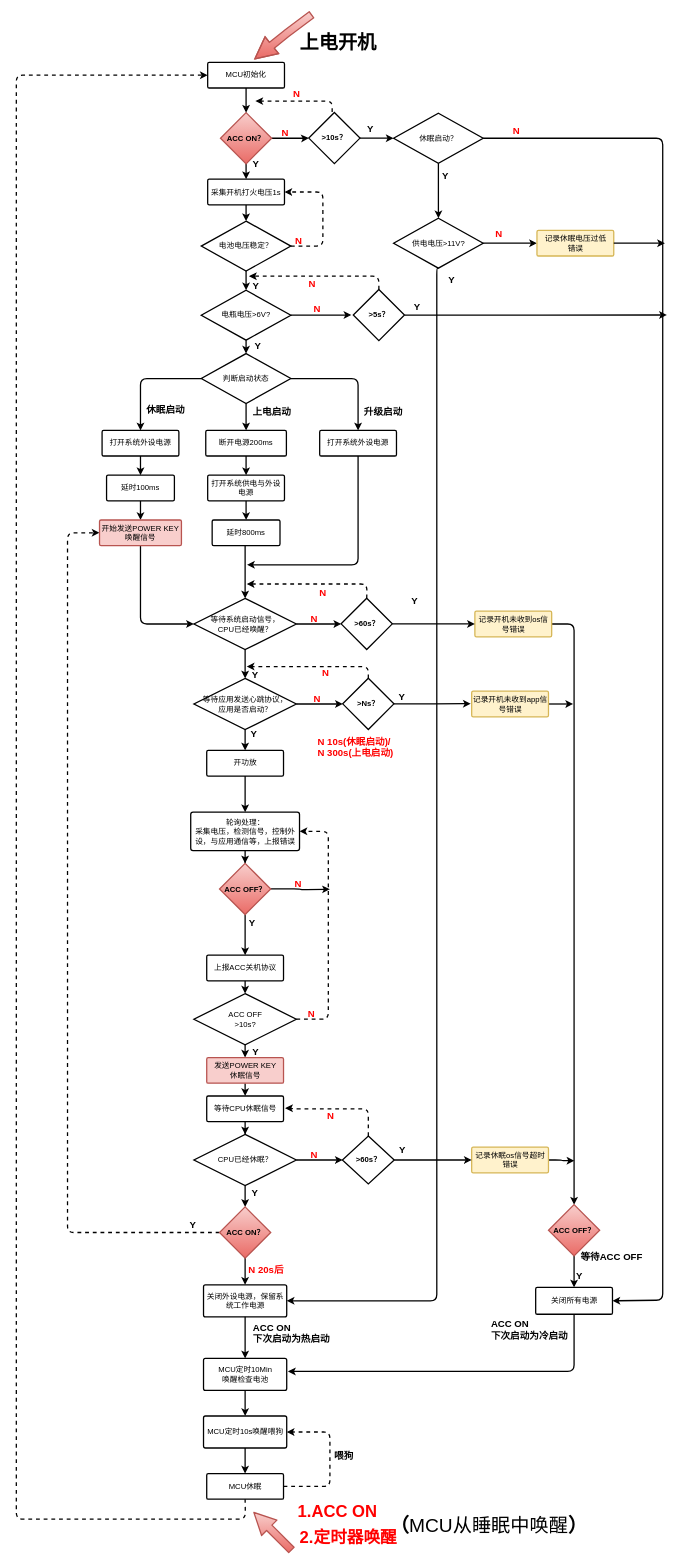
This is page "第 1 页" (1 of 2) of 010_mcu_sleep.drawio from yintianlan/Picture_Draw, a draw.io file, before an edit. Source tidied: cells renumbered, new cells numbered last; positions are measured from the earlier drawing's top-left corner, leaving out a move shared by most shapes. Both pictures are drawn from the tidied source at 64%, with x=0, y=0 at pixel (16, 14).
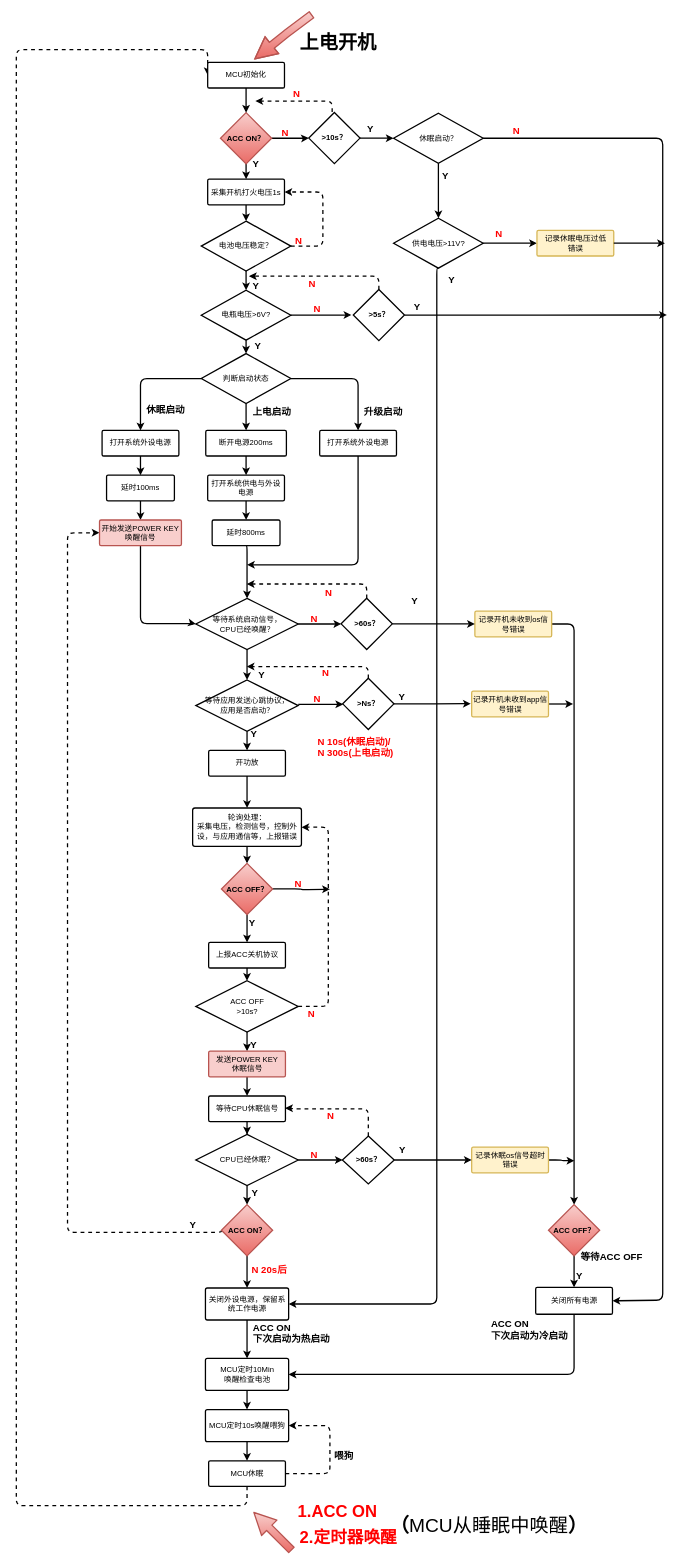
The same page after the edit.

Unchanged cells that the change refers to:
```xml
<mxCell id="16" value="延时800ms" style="strokeWidth=2;html=1;shape=mxgraph.flowchart.process;whiteSpace=wrap;fontFamily=Helvetica;align=center;" parent="1" vertex="1">
  <mxGeometry x="306" y="790" width="106" height="40" as="geometry" />
</mxCell>
<mxCell id="42" value="MCU初始化" style="strokeWidth=2;html=1;shape=mxgraph.flowchart.process;whiteSpace=wrap;fontFamily=Helvetica;align=center;" parent="1" vertex="1">
  <mxGeometry x="299" y="75" width="120" height="40" as="geometry" />
</mxCell>
<mxCell id="70" value="供电电压&amp;gt;11V?" style="strokeWidth=2;html=1;shape=mxgraph.flowchart.decision;whiteSpace=wrap;fillColor=#ffffff;fontFamily=Helvetica;align=center;strokeColor=#000000;" parent="1" vertex="1">
  <mxGeometry x="589.5" y="318.5" width="140" height="78" as="geometry" />
</mxCell>
<mxCell id="84" value="关闭所有电源" style="strokeWidth=2;html=1;shape=mxgraph.flowchart.process;whiteSpace=wrap;fillColor=none;fontFamily=Helvetica;align=center;strokeColor=#000000;" parent="1" vertex="1">
  <mxGeometry x="811.5" y="1989" width="120" height="42" as="geometry" />
</mxCell>
<mxCell id="127" value="&lt;b&gt;&amp;gt;60s？&lt;/b&gt;" style="rhombus;whiteSpace=wrap;html=1;strokeWidth=2;fontFamily=Helvetica;align=center;" parent="1" vertex="1">
  <mxGeometry x="507.5" y="912.3" width="80" height="80" as="geometry" />
</mxCell>
```

Diff of the diagram source:
```diff
@@
     <mxCell id="15" style="edgeStyle=orthogonalEdgeStyle;rounded=1;jettySize=auto;html=1;exitX=0.5;exitY=1;exitDx=0;exitDy=0;exitPerimeter=0;entryX=0.5;entryY=0;entryDx=0;entryDy=0;entryPerimeter=0;strokeWidth=2;" parent="1" edge="1" source="16" target="19">
       <mxGeometry relative="1" as="geometry">
         <Array as="points">
-          <mxPoint x="357" y="800" />
+          <mxPoint x="360" y="830" />
         </Array>
       </mxGeometry>
     </mxCell>
@@
     <mxCell id="19" value="等待系统启动信号，&lt;br&gt;CPU已经唤醒？" style="strokeWidth=2;html=1;shape=mxgraph.flowchart.decision;whiteSpace=wrap;fillColor=#ffffff;fontFamily=Helvetica;align=center;strokeColor=#000000;" parent="1" vertex="1">
-      <mxGeometry x="277.5" y="912.5" width="160" height="80" as="geometry" />
+      <mxGeometry x="280.5" y="912.5" width="160" height="80" as="geometry" />
     </mxCell>
@@
     <mxCell id="23" value="轮询处理：&lt;br&gt;采集电压，检测信号，控制外设，与应用通信等，上报错误" style="strokeWidth=2;html=1;shape=mxgraph.flowchart.process;whiteSpace=wrap;fontFamily=Helvetica;align=center;" parent="1" vertex="1">
-      <mxGeometry x="272.5" y="1246.5" width="170" height="60" as="geometry" />
+      <mxGeometry x="275.5" y="1240" width="170" height="60" as="geometry" />
     </mxCell>
@@
     <mxCell id="26" value="&lt;b&gt;ACC OFF？&lt;/b&gt;" style="rhombus;whiteSpace=wrap;html=1;strokeWidth=2;fillColor=#f8cecc;fontFamily=Helvetica;align=center;strokeColor=#b85450;gradientColor=#ea6b66;" parent="1" vertex="1">
-      <mxGeometry x="317.5" y="1326.5" width="80" height="80" as="geometry" />
+      <mxGeometry x="320.5" y="1326.5" width="80" height="80" as="geometry" />
     </mxCell>
@@
     <mxCell id="29" value="上报ACC关机协议" style="strokeWidth=2;html=1;shape=mxgraph.flowchart.process;whiteSpace=wrap;fontFamily=Helvetica;align=center;" parent="1" vertex="1">
-      <mxGeometry x="297.5" y="1470" width="120" height="40" as="geometry" />
+      <mxGeometry x="300.5" y="1450" width="120" height="40" as="geometry" />
     </mxCell>
     <mxCell id="30" style="edgeStyle=orthogonalEdgeStyle;rounded=1;jettySize=auto;html=1;exitX=0.5;exitY=1;exitDx=0;exitDy=0;exitPerimeter=0;strokeWidth=2;entryX=0;entryY=0.5;entryDx=0;entryDy=0;entryPerimeter=0;dashed=1;" parent="1" edge="1" source="32" target="42">
       <mxGeometry relative="1" as="geometry">
         <Array as="points">
-          <mxPoint x="358" y="2321" />
-          <mxPoint x="358" y="2351" />
-          <mxPoint y="2351" />
+          <mxPoint x="360" y="2330" />
+          <mxPoint y="2330" />
           <mxPoint y="55" />
+          <mxPoint x="299" y="55" />
         </Array>
       </mxGeometry>
     </mxCell>
     <mxCell id="31" style="edgeStyle=orthogonalEdgeStyle;rounded=1;jettySize=auto;html=1;exitX=1;exitY=0.5;exitDx=0;exitDy=0;exitPerimeter=0;strokeWidth=2;dashed=1;entryX=1;entryY=0.5;entryDx=0;entryDy=0;entryPerimeter=0;" parent="1" edge="1" source="32" target="114">
       <mxGeometry relative="1" as="geometry">
         <Array as="points">
-          <mxPoint x="490" y="2300" />
-          <mxPoint x="490" y="2215" />
+          <mxPoint x="490" y="2280" />
+          <mxPoint x="490" y="2205" />
         </Array>
       </mxGeometry>
     </mxCell>
     <mxCell id="32" value="MCU休眠" style="strokeWidth=2;html=1;shape=mxgraph.flowchart.process;whiteSpace=wrap;fillColor=none;fontFamily=Helvetica;align=center;strokeColor=#000000;" parent="1" vertex="1">
-      <mxGeometry x="297.5" y="2280" width="120" height="40" as="geometry" />
+      <mxGeometry x="300.5" y="2260" width="120" height="40" as="geometry" />
     </mxCell>
@@
     <mxCell id="34" value="等待CPU休眠信号" style="strokeWidth=2;html=1;shape=mxgraph.flowchart.process;whiteSpace=wrap;fontFamily=Helvetica;align=center;" parent="1" vertex="1">
-      <mxGeometry x="297.5" y="1690" width="120" height="40" as="geometry" />
+      <mxGeometry x="300.5" y="1690" width="120" height="40" as="geometry" />
     </mxCell>
@@
     <mxCell id="36" value="关闭外设电源，保留系统工作电源" style="strokeWidth=2;html=1;shape=mxgraph.flowchart.process;whiteSpace=wrap;fillColor=none;fontFamily=Helvetica;align=center;strokeColor=#000000;" parent="1" vertex="1">
-      <mxGeometry x="292.5" y="1985" width="130" height="50" as="geometry" />
+      <mxGeometry x="295.5" y="1990" width="130" height="50" as="geometry" />
     </mxCell>
@@
-    <mxCell id="44" style="edgeStyle=orthogonalEdgeStyle;rounded=0;jettySize=auto;html=1;strokeWidth=2;" parent="1" edge="1" source="45">
-      <mxGeometry relative="1" as="geometry">
-        <mxPoint x="357.5" y="1690" as="targetPoint" />
-      </mxGeometry>
-    </mxCell>
+    <mxCell id="151" style="edgeStyle=orthogonalEdgeStyle;rounded=1;jettySize=auto;html=1;exitX=0.5;exitY=1;exitDx=0;exitDy=0;exitPerimeter=0;entryX=0.5;entryY=0;entryDx=0;entryDy=0;entryPerimeter=0;strokeWidth=2;" parent="1" edge="1" source="45" target="34">
+      <mxGeometry relative="1" as="geometry" />
+    </mxCell>
     <mxCell id="45" value="&lt;span&gt;发送POWER KEY&lt;br&gt;休眠信号&lt;br&gt;&lt;/span&gt;" style="strokeWidth=2;html=1;shape=mxgraph.flowchart.process;whiteSpace=wrap;fillColor=#f8cecc;fontFamily=Helvetica;align=center;strokeColor=#b85450;" parent="1" vertex="1">
-      <mxGeometry x="297.5" y="1630" width="120" height="40" as="geometry" />
+      <mxGeometry x="300.5" y="1620" width="120" height="40" as="geometry" />
     </mxCell>
@@
     <mxCell id="49" value="等待应用发送心跳协议，&lt;br&gt;应用是否启动？" style="strokeWidth=2;html=1;shape=mxgraph.flowchart.decision;whiteSpace=wrap;fillColor=#ffffff;fontFamily=Helvetica;align=center;strokeColor=#000000;" parent="1" vertex="1">
-      <mxGeometry x="277.5" y="1037.5" width="160" height="80" as="geometry" />
+      <mxGeometry x="280.5" y="1040" width="160" height="80" as="geometry" />
     </mxCell>
@@
     <mxCell id="51" value="开功放" style="strokeWidth=2;html=1;shape=mxgraph.flowchart.process;whiteSpace=wrap;fontFamily=Helvetica;align=center;" parent="1" vertex="1">
-      <mxGeometry x="297.5" y="1150.1" width="120" height="40" as="geometry" />
+      <mxGeometry x="300.5" y="1150.1" width="120" height="40" as="geometry" />
     </mxCell>
     <mxCell id="52" value="ACC OFF&lt;br&gt;&amp;gt;10s?&lt;br&gt;" style="strokeWidth=2;html=1;shape=mxgraph.flowchart.decision;whiteSpace=wrap;fillColor=#ffffff;fontFamily=Helvetica;align=center;strokeColor=#000000;" parent="1" vertex="1">
-      <mxGeometry x="277.5" y="1530" width="160" height="80" as="geometry" />
+      <mxGeometry x="280.5" y="1510" width="160" height="80" as="geometry" />
     </mxCell>
@@
     <mxCell id="54" value="Y" style="text;html=1;align=center;verticalAlign=middle;spacingTop=-4;fontFamily=Helvetica;labelPosition=center;verticalLabelPosition=middle;strokeWidth=2;fontSize=15;fontStyle=1;" parent="1" vertex="1">
-      <mxGeometry x="362.5" y="1027.5" width="20" height="10" as="geometry" />
+      <mxGeometry x="372.5" y="1027.5" width="20" height="10" as="geometry" />
     </mxCell>
@@
     <mxCell id="57" value="CPU已经休眠？&lt;br&gt;" style="strokeWidth=2;html=1;shape=mxgraph.flowchart.decision;whiteSpace=wrap;fillColor=#ffffff;fontFamily=Helvetica;align=center;strokeColor=#000000;" parent="1" vertex="1">
-      <mxGeometry x="277.5" y="1750" width="160" height="80" as="geometry" />
+      <mxGeometry x="280.5" y="1750" width="160" height="80" as="geometry" />
     </mxCell>
@@
     <mxCell id="62" value="&lt;b&gt;ACC ON？&lt;/b&gt;" style="rhombus;whiteSpace=wrap;html=1;strokeWidth=2;fillColor=#f8cecc;fontFamily=Helvetica;align=center;strokeColor=#b85450;gradientColor=#ea6b66;" parent="1" vertex="1">
-      <mxGeometry x="317.5" y="1863.3" width="80" height="80" as="geometry" />
+      <mxGeometry x="320.5" y="1859.8" width="80" height="80" as="geometry" />
     </mxCell>
     <mxCell id="63" value="Y" style="text;html=1;strokeColor=none;fillColor=none;align=center;verticalAlign=middle;whiteSpace=wrap;rounded=0;labelBackgroundColor=none;fontFamily=Helvetica;fontSize=15;fontStyle=1;" parent="1" vertex="1">
-      <mxGeometry x="353.5" y="1610" width="40" height="20" as="geometry" />
+      <mxGeometry x="350.5" y="1600" width="40" height="20" as="geometry" />
     </mxCell>
@@
     <mxCell id="69" style="edgeStyle=orthogonalEdgeStyle;rounded=1;jettySize=auto;html=1;exitX=0.5;exitY=1;exitDx=0;exitDy=0;exitPerimeter=0;strokeWidth=2;entryX=1;entryY=0.5;entryDx=0;entryDy=0;entryPerimeter=0;" parent="1" edge="1" source="70" target="36">
       <mxGeometry relative="1" as="geometry">
         <Array as="points">
           <mxPoint x="657" y="397" />
-          <mxPoint x="657" y="2010" />
+          <mxPoint x="657" y="2015" />
         </Array>
       </mxGeometry>
     </mxCell>
@@
     <mxCell id="82" value="&lt;font color=&quot;#ff0000&quot;&gt;N 20s后&lt;/font&gt;" style="text;html=1;align=left;verticalAlign=top;spacingTop=-4;fontFamily=Helvetica;fontSize=15;fontStyle=1;" parent="1" vertex="1">
-      <mxGeometry x="360.5" y="1950" width="70" height="20" as="geometry" />
+      <mxGeometry x="365.5" y="1950" width="70" height="20" as="geometry" />
     </mxCell>
-    <mxCell id="83" style="edgeStyle=orthogonalEdgeStyle;rounded=1;jettySize=auto;html=1;exitX=0.5;exitY=1;exitDx=0;exitDy=0;exitPerimeter=0;strokeWidth=2;entryX=1.015;entryY=0.407;entryDx=0;entryDy=0;entryPerimeter=0;" parent="1" edge="1" source="84" target="112">
+    <mxCell id="83" style="edgeStyle=orthogonalEdgeStyle;rounded=1;jettySize=auto;html=1;exitX=0.5;exitY=1;exitDx=0;exitDy=0;exitPerimeter=0;strokeWidth=2;entryX=1;entryY=0.5;entryDx=0;entryDy=0;entryPerimeter=0;" parent="1" edge="1" source="84" target="112">
       <mxGeometry relative="1" as="geometry">
         <Array as="points">
-          <mxPoint x="871" y="2120" />
+          <mxPoint x="871" y="2125" />
         </Array>
       </mxGeometry>
     </mxCell>
@@
     <mxCell id="112" value="MCU定时10Min&lt;br&gt;唤醒检查电池" style="strokeWidth=2;html=1;shape=mxgraph.flowchart.process;whiteSpace=wrap;fillColor=none;fontFamily=Helvetica;align=center;strokeColor=#000000;" parent="1" vertex="1">
-      <mxGeometry x="292.5" y="2100" width="130" height="50" as="geometry" />
+      <mxGeometry x="295.5" y="2100" width="130" height="50" as="geometry" />
     </mxCell>
@@
     <mxCell id="114" value="&lt;span style=&quot;text-align: left ; white-space: nowrap&quot;&gt;MCU定时10s唤醒喂狗&lt;/span&gt;" style="strokeWidth=2;html=1;shape=mxgraph.flowchart.process;whiteSpace=wrap;fillColor=none;fontFamily=Helvetica;align=center;strokeColor=#000000;" parent="1" vertex="1">
-      <mxGeometry x="292.5" y="2190" width="130" height="50" as="geometry" />
+      <mxGeometry x="295.5" y="2180" width="130" height="50" as="geometry" />
     </mxCell>
@@
     <mxCell id="125" style="edgeStyle=orthogonalEdgeStyle;rounded=1;jettySize=auto;html=1;exitX=0.5;exitY=0;exitDx=0;exitDy=0;strokeWidth=2;dashed=1;" parent="1" edge="1" source="127">
       <mxGeometry relative="1" as="geometry">
         <mxPoint x="360" y="890" as="targetPoint" />
         <Array as="points">
-          <mxPoint x="548" y="912" />
-          <mxPoint x="548" y="870" />
+          <mxPoint x="547" y="890" />
         </Array>
       </mxGeometry>
     </mxCell>
@@
     <mxCell id="143" value="&lt;span style=&quot;font-size: 15px&quot;&gt;&lt;font color=&quot;#ff0000&quot;&gt;N&lt;/font&gt;&lt;/span&gt;" style="text;html=1;align=left;verticalAlign=top;spacingTop=-4;fontFamily=Helvetica;strokeWidth=2;fontSize=15;fontStyle=1;" parent="1" vertex="1">
-      <mxGeometry x="472" y="892.5" width="30" height="20" as="geometry" />
+      <mxGeometry x="481" y="892.5" width="30" height="20" as="geometry" />
     </mxCell>
```
